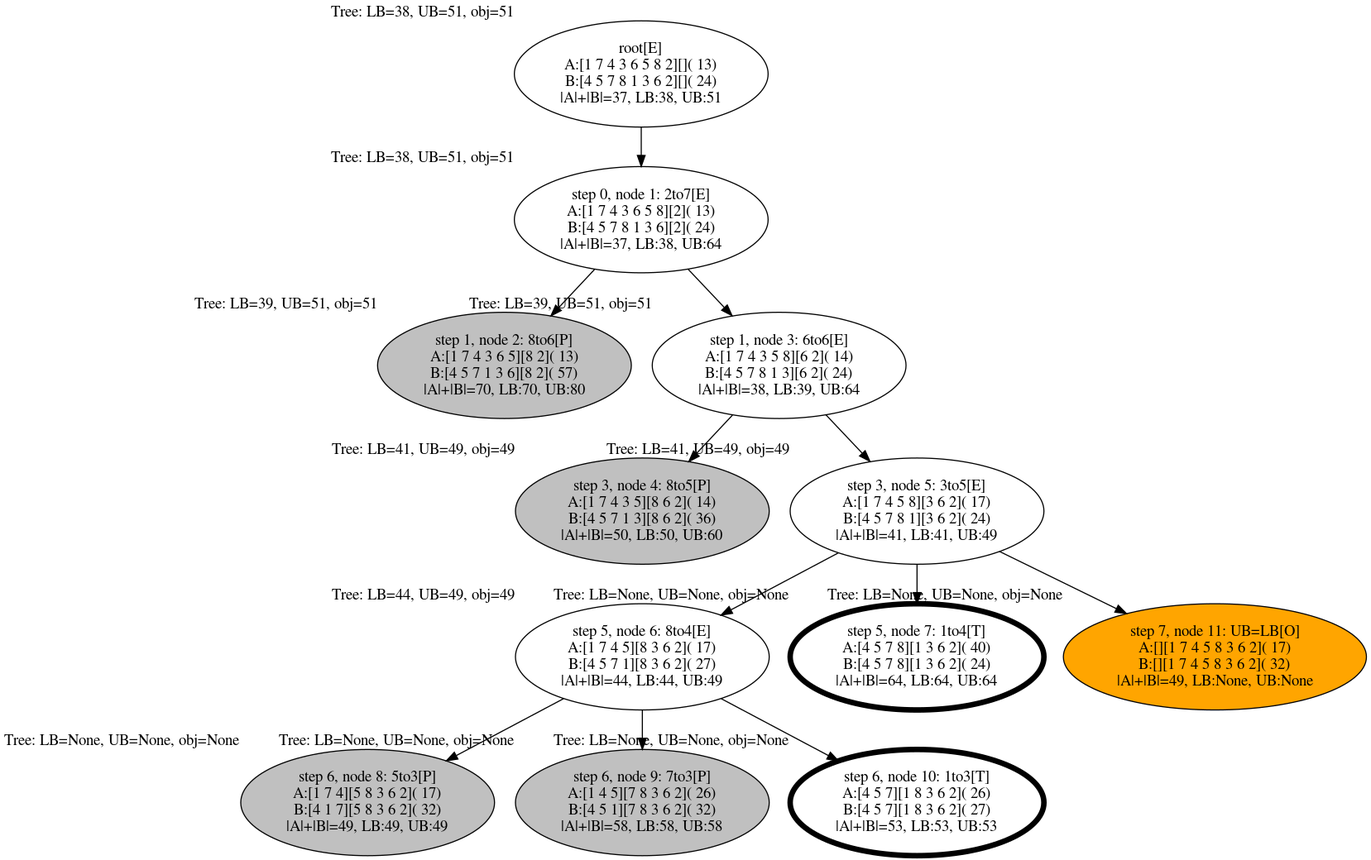
alex-bochkarev/align-BDD keeps this Graphviz diagram as figures/sample_BB_tree.png. Above is the earlier version. Its source is kept beside it as run_logs/sample_BB_tree.dot.
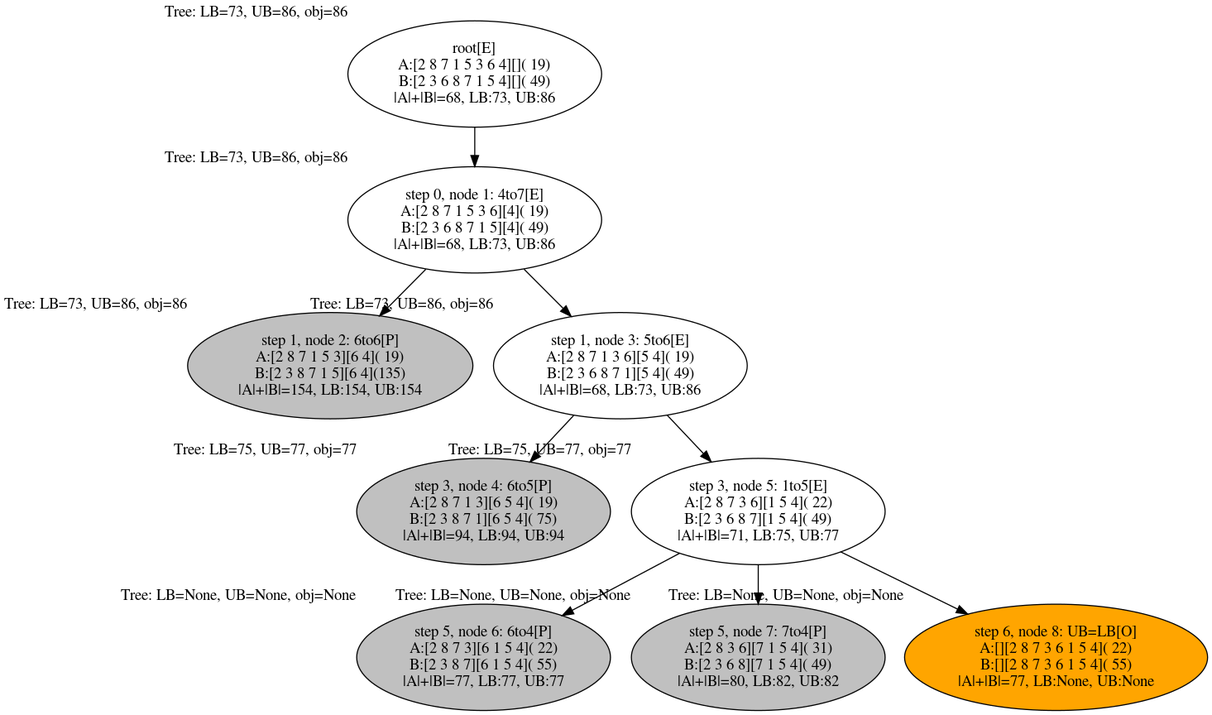
After the commit.

Change to the diagram source:
```diff
@@ -1,127 +1,94 @@
 digraph tree {
     "root[E]
-A:[1 7 4 3 6 5 8 2][]( 13)
-B:[4 5 7 8 1 3 6 2][]( 24)
-|A|+|B|=37, LB:38, UB:51" [xlabel="Tree: LB=38, UB=51, obj=51",];
-    "step 0, node 1: 2to7[E]
-A:[1 7 4 3 6 5 8][2]( 13)
-B:[4 5 7 8 1 3 6][2]( 24)
-|A|+|B|=37, LB:38, UB:64" [xlabel="Tree: LB=38, UB=51, obj=51",];
-    "step 1, node 2: 8to6[P]
-A:[1 7 4 3 6 5][8 2]( 13)
-B:[4 5 7 1 3 6][8 2]( 57)
-|A|+|B|=70, LB:70, UB:80" [xlabel="Tree: LB=39, UB=51, obj=51",fillcolor=grey, style=filled];
-    "step 1, node 3: 6to6[E]
-A:[1 7 4 3 5 8][6 2]( 14)
-B:[4 5 7 8 1 3][6 2]( 24)
-|A|+|B|=38, LB:39, UB:64" [xlabel="Tree: LB=39, UB=51, obj=51",];
-    "step 3, node 4: 8to5[P]
-A:[1 7 4 3 5][8 6 2]( 14)
-B:[4 5 7 1 3][8 6 2]( 36)
-|A|+|B|=50, LB:50, UB:60" [xlabel="Tree: LB=41, UB=49, obj=49",fillcolor=grey, style=filled];
-    "step 3, node 5: 3to5[E]
-A:[1 7 4 5 8][3 6 2]( 17)
-B:[4 5 7 8 1][3 6 2]( 24)
-|A|+|B|=41, LB:41, UB:49" [xlabel="Tree: LB=41, UB=49, obj=49",];
-    "step 5, node 6: 8to4[E]
-A:[1 7 4 5][8 3 6 2]( 17)
-B:[4 5 7 1][8 3 6 2]( 27)
-|A|+|B|=44, LB:44, UB:49" [xlabel="Tree: LB=44, UB=49, obj=49",];
-    "step 6, node 8: 5to3[P]
-A:[1 7 4][5 8 3 6 2]( 17)
-B:[4 1 7][5 8 3 6 2]( 32)
-|A|+|B|=49, LB:49, UB:49" [xlabel="Tree: LB=None, UB=None, obj=None",fillcolor=grey, style=filled];
-    "step 6, node 9: 7to3[P]
-A:[1 4 5][7 8 3 6 2]( 26)
-B:[4 5 1][7 8 3 6 2]( 32)
-|A|+|B|=58, LB:58, UB:58" [xlabel="Tree: LB=None, UB=None, obj=None",fillcolor=grey, style=filled];
-    "step 6, node 10: 1to3[T]
-A:[4 5 7][1 8 3 6 2]( 26)
-B:[4 5 7][1 8 3 6 2]( 27)
-|A|+|B|=53, LB:53, UB:53" [xlabel="Tree: LB=None, UB=None, obj=None",penwidth=5];
-    "step 5, node 7: 1to4[T]
-A:[4 5 7 8][1 3 6 2]( 40)
-B:[4 5 7 8][1 3 6 2]( 24)
-|A|+|B|=64, LB:64, UB:64" [xlabel="Tree: LB=None, UB=None, obj=None",penwidth=5];
-    "step 7, node 11: UB=LB[O]
-A:[][1 7 4 5 8 3 6 2]( 17)
-B:[][1 7 4 5 8 3 6 2]( 32)
-|A|+|B|=49, LB:None, UB:None" [xlabel="Tree: LB=None, UB=None, obj=None",fillcolor=orange, style=filled];
+A:[2 8 7 1 5 3 6 4][]( 19)
+B:[2 3 6 8 7 1 5 4][]( 49)
+|A|+|B|=68, LB:73, UB:86" [xlabel="Tree: LB=73, UB=86, obj=86",];
+    "step 0, node 1: 4to7[E]
+A:[2 8 7 1 5 3 6][4]( 19)
+B:[2 3 6 8 7 1 5][4]( 49)
+|A|+|B|=68, LB:73, UB:86" [xlabel="Tree: LB=73, UB=86, obj=86",];
+    "step 1, node 2: 6to6[P]
+A:[2 8 7 1 5 3][6 4]( 19)
+B:[2 3 8 7 1 5][6 4](135)
+|A|+|B|=154, LB:154, UB:154" [xlabel="Tree: LB=73, UB=86, obj=86",fillcolor=grey, style=filled];
+    "step 1, node 3: 5to6[E]
+A:[2 8 7 1 3 6][5 4]( 19)
+B:[2 3 6 8 7 1][5 4]( 49)
+|A|+|B|=68, LB:73, UB:86" [xlabel="Tree: LB=73, UB=86, obj=86",];
+    "step 3, node 4: 6to5[P]
+A:[2 8 7 1 3][6 5 4]( 19)
+B:[2 3 8 7 1][6 5 4]( 75)
+|A|+|B|=94, LB:94, UB:94" [xlabel="Tree: LB=75, UB=77, obj=77",fillcolor=grey, style=filled];
+    "step 3, node 5: 1to5[E]
+A:[2 8 7 3 6][1 5 4]( 22)
+B:[2 3 6 8 7][1 5 4]( 49)
+|A|+|B|=71, LB:75, UB:77" [xlabel="Tree: LB=75, UB=77, obj=77",];
+    "step 5, node 6: 6to4[P]
+A:[2 8 7 3][6 1 5 4]( 22)
+B:[2 3 8 7][6 1 5 4]( 55)
+|A|+|B|=77, LB:77, UB:77" [xlabel="Tree: LB=None, UB=None, obj=None",fillcolor=grey, style=filled];
+    "step 5, node 7: 7to4[P]
+A:[2 8 3 6][7 1 5 4]( 31)
+B:[2 3 6 8][7 1 5 4]( 49)
+|A|+|B|=80, LB:82, UB:82" [xlabel="Tree: LB=None, UB=None, obj=None",fillcolor=grey, style=filled];
+    "step 6, node 8: UB=LB[O]
+A:[][2 8 7 3 6 1 5 4]( 22)
+B:[][2 8 7 3 6 1 5 4]( 55)
+|A|+|B|=77, LB:None, UB:None" [xlabel="Tree: LB=None, UB=None, obj=None",fillcolor=orange, style=filled];
     "root[E]
-A:[1 7 4 3 6 5 8 2][]( 13)
-B:[4 5 7 8 1 3 6 2][]( 24)
-|A|+|B|=37, LB:38, UB:51" -> "step 0, node 1: 2to7[E]
-A:[1 7 4 3 6 5 8][2]( 13)
-B:[4 5 7 8 1 3 6][2]( 24)
-|A|+|B|=37, LB:38, UB:64";
-    "step 0, node 1: 2to7[E]
-A:[1 7 4 3 6 5 8][2]( 13)
-B:[4 5 7 8 1 3 6][2]( 24)
-|A|+|B|=37, LB:38, UB:64" -> "step 1, node 2: 8to6[P]
-A:[1 7 4 3 6 5][8 2]( 13)
-B:[4 5 7 1 3 6][8 2]( 57)
-|A|+|B|=70, LB:70, UB:80";
-    "step 0, node 1: 2to7[E]
-A:[1 7 4 3 6 5 8][2]( 13)
-B:[4 5 7 8 1 3 6][2]( 24)
-|A|+|B|=37, LB:38, UB:64" -> "step 1, node 3: 6to6[E]
-A:[1 7 4 3 5 8][6 2]( 14)
-B:[4 5 7 8 1 3][6 2]( 24)
-|A|+|B|=38, LB:39, UB:64";
-    "step 1, node 3: 6to6[E]
-A:[1 7 4 3 5 8][6 2]( 14)
-B:[4 5 7 8 1 3][6 2]( 24)
-|A|+|B|=38, LB:39, UB:64" -> "step 3, node 4: 8to5[P]
-A:[1 7 4 3 5][8 6 2]( 14)
-B:[4 5 7 1 3][8 6 2]( 36)
-|A|+|B|=50, LB:50, UB:60";
-    "step 1, node 3: 6to6[E]
-A:[1 7 4 3 5 8][6 2]( 14)
-B:[4 5 7 8 1 3][6 2]( 24)
-|A|+|B|=38, LB:39, UB:64" -> "step 3, node 5: 3to5[E]
-A:[1 7 4 5 8][3 6 2]( 17)
-B:[4 5 7 8 1][3 6 2]( 24)
-|A|+|B|=41, LB:41, UB:49";
-    "step 3, node 5: 3to5[E]
-A:[1 7 4 5 8][3 6 2]( 17)
-B:[4 5 7 8 1][3 6 2]( 24)
-|A|+|B|=41, LB:41, UB:49" -> "step 5, node 6: 8to4[E]
-A:[1 7 4 5][8 3 6 2]( 17)
-B:[4 5 7 1][8 3 6 2]( 27)
-|A|+|B|=44, LB:44, UB:49";
-    "step 3, node 5: 3to5[E]
-A:[1 7 4 5 8][3 6 2]( 17)
-B:[4 5 7 8 1][3 6 2]( 24)
-|A|+|B|=41, LB:41, UB:49" -> "step 5, node 7: 1to4[T]
-A:[4 5 7 8][1 3 6 2]( 40)
-B:[4 5 7 8][1 3 6 2]( 24)
-|A|+|B|=64, LB:64, UB:64";
-    "step 3, node 5: 3to5[E]
-A:[1 7 4 5 8][3 6 2]( 17)
-B:[4 5 7 8 1][3 6 2]( 24)
-|A|+|B|=41, LB:41, UB:49" -> "step 7, node 11: UB=LB[O]
-A:[][1 7 4 5 8 3 6 2]( 17)
-B:[][1 7 4 5 8 3 6 2]( 32)
-|A|+|B|=49, LB:None, UB:None";
-    "step 5, node 6: 8to4[E]
-A:[1 7 4 5][8 3 6 2]( 17)
-B:[4 5 7 1][8 3 6 2]( 27)
-|A|+|B|=44, LB:44, UB:49" -> "step 6, node 8: 5to3[P]
-A:[1 7 4][5 8 3 6 2]( 17)
-B:[4 1 7][5 8 3 6 2]( 32)
-|A|+|B|=49, LB:49, UB:49";
-    "step 5, node 6: 8to4[E]
-A:[1 7 4 5][8 3 6 2]( 17)
-B:[4 5 7 1][8 3 6 2]( 27)
-|A|+|B|=44, LB:44, UB:49" -> "step 6, node 9: 7to3[P]
-A:[1 4 5][7 8 3 6 2]( 26)
-B:[4 5 1][7 8 3 6 2]( 32)
-|A|+|B|=58, LB:58, UB:58";
-    "step 5, node 6: 8to4[E]
-A:[1 7 4 5][8 3 6 2]( 17)
-B:[4 5 7 1][8 3 6 2]( 27)
-|A|+|B|=44, LB:44, UB:49" -> "step 6, node 10: 1to3[T]
-A:[4 5 7][1 8 3 6 2]( 26)
-B:[4 5 7][1 8 3 6 2]( 27)
-|A|+|B|=53, LB:53, UB:53";
+A:[2 8 7 1 5 3 6 4][]( 19)
+B:[2 3 6 8 7 1 5 4][]( 49)
+|A|+|B|=68, LB:73, UB:86" -> "step 0, node 1: 4to7[E]
+A:[2 8 7 1 5 3 6][4]( 19)
+B:[2 3 6 8 7 1 5][4]( 49)
+|A|+|B|=68, LB:73, UB:86";
+    "step 0, node 1: 4to7[E]
+A:[2 8 7 1 5 3 6][4]( 19)
+B:[2 3 6 8 7 1 5][4]( 49)
+|A|+|B|=68, LB:73, UB:86" -> "step 1, node 2: 6to6[P]
+A:[2 8 7 1 5 3][6 4]( 19)
+B:[2 3 8 7 1 5][6 4](135)
+|A|+|B|=154, LB:154, UB:154";
+    "step 0, node 1: 4to7[E]
+A:[2 8 7 1 5 3 6][4]( 19)
+B:[2 3 6 8 7 1 5][4]( 49)
+|A|+|B|=68, LB:73, UB:86" -> "step 1, node 3: 5to6[E]
+A:[2 8 7 1 3 6][5 4]( 19)
+B:[2 3 6 8 7 1][5 4]( 49)
+|A|+|B|=68, LB:73, UB:86";
+    "step 1, node 3: 5to6[E]
+A:[2 8 7 1 3 6][5 4]( 19)
+B:[2 3 6 8 7 1][5 4]( 49)
+|A|+|B|=68, LB:73, UB:86" -> "step 3, node 4: 6to5[P]
+A:[2 8 7 1 3][6 5 4]( 19)
+B:[2 3 8 7 1][6 5 4]( 75)
+|A|+|B|=94, LB:94, UB:94";
+    "step 1, node 3: 5to6[E]
+A:[2 8 7 1 3 6][5 4]( 19)
+B:[2 3 6 8 7 1][5 4]( 49)
+|A|+|B|=68, LB:73, UB:86" -> "step 3, node 5: 1to5[E]
+A:[2 8 7 3 6][1 5 4]( 22)
+B:[2 3 6 8 7][1 5 4]( 49)
+|A|+|B|=71, LB:75, UB:77";
+    "step 3, node 5: 1to5[E]
+A:[2 8 7 3 6][1 5 4]( 22)
+B:[2 3 6 8 7][1 5 4]( 49)
+|A|+|B|=71, LB:75, UB:77" -> "step 5, node 6: 6to4[P]
+A:[2 8 7 3][6 1 5 4]( 22)
+B:[2 3 8 7][6 1 5 4]( 55)
+|A|+|B|=77, LB:77, UB:77";
+    "step 3, node 5: 1to5[E]
+A:[2 8 7 3 6][1 5 4]( 22)
+B:[2 3 6 8 7][1 5 4]( 49)
+|A|+|B|=71, LB:75, UB:77" -> "step 5, node 7: 7to4[P]
+A:[2 8 3 6][7 1 5 4]( 31)
+B:[2 3 6 8][7 1 5 4]( 49)
+|A|+|B|=80, LB:82, UB:82";
+    "step 3, node 5: 1to5[E]
+A:[2 8 7 3 6][1 5 4]( 22)
+B:[2 3 6 8 7][1 5 4]( 49)
+|A|+|B|=71, LB:75, UB:77" -> "step 6, node 8: UB=LB[O]
+A:[][2 8 7 3 6 1 5 4]( 22)
+B:[][2 8 7 3 6 1 5 4]( 55)
+|A|+|B|=77, LB:None, UB:None";
 }
```
